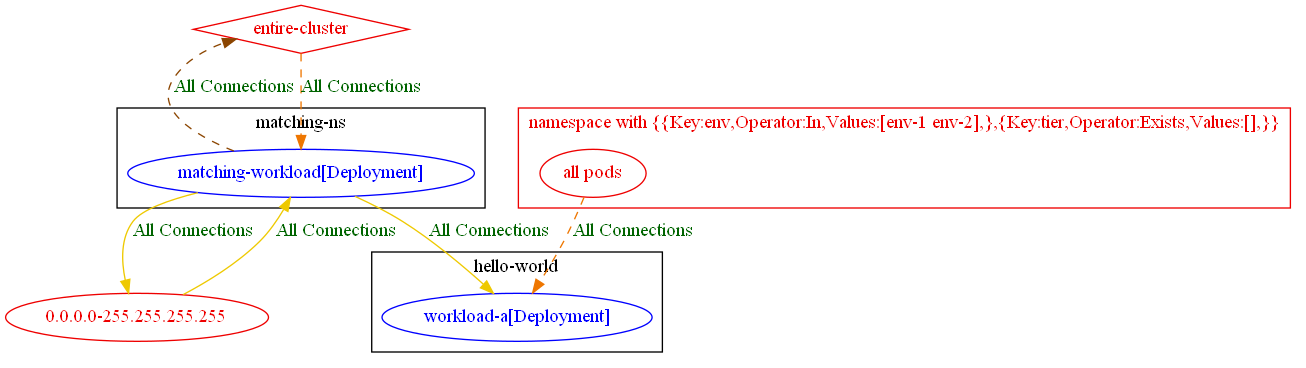
Above: test_outputs/connlist/exposure_test_with_multiple_policies_1_with_matching_pod_exposure_output.dot.png in np-guard/netpol-analyzer (Graphviz), before the change. Its source is kept beside it as test_outputs/connlist/exposure_test_with_multiple_policies_1_with_matching_pod_exposure_output.dot.
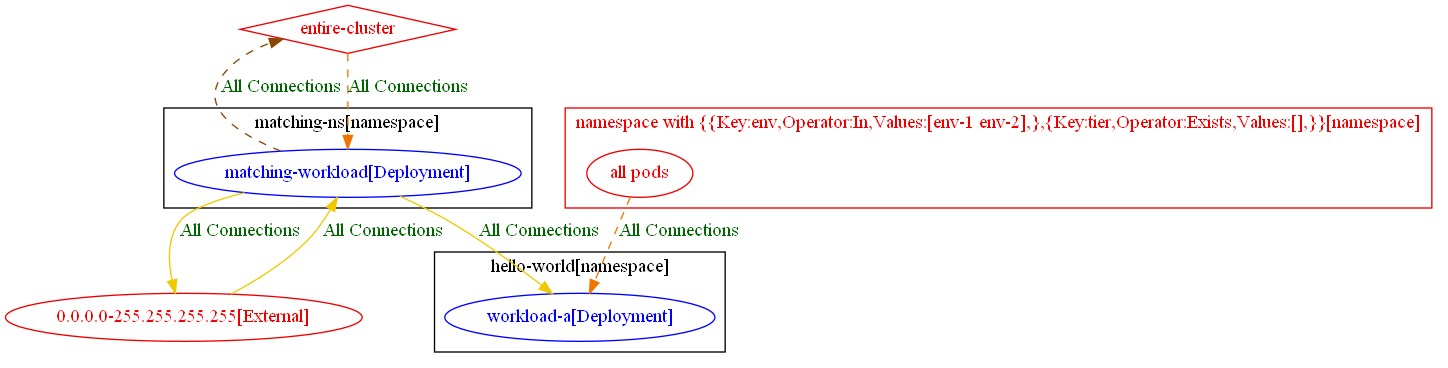
After the commit.

What changed in the source:
```diff
@@ -1,28 +1,28 @@
 digraph {
-	subgraph "cluster_hello_world" {
+	subgraph "cluster_hello_world[namespace]" {
 		color="black"
 		fontcolor="black"
 		"hello-world/workload-a[Deployment]" [label="workload-a[Deployment]" color="blue" fontcolor="blue"]
-		label="hello-world"
+		label="hello-world[namespace]"
 	}
-	subgraph "cluster_matching_ns" {
+	subgraph "cluster_matching_ns[namespace]" {
 		color="black"
 		fontcolor="black"
 		"matching-ns/matching-workload[Deployment]" [label="matching-workload[Deployment]" color="blue" fontcolor="blue"]
-		label="matching-ns"
+		label="matching-ns[namespace]"
 	}
-	subgraph "cluster_namespace with {{Key:env,Operator:In,Values:[env_1 env_2],},{Key:tier,Operator:Exists,Values:[],}}" {
+	subgraph "cluster_namespace with {{Key:env,Operator:In,Values:[env_1 env_2],},{Key:tier,Operator:Exists,Values:[],}}[namespace]" {
 		color="red2"
 		fontcolor="red2"
 		"all pods_in_namespace with {{Key:env,Operator:In,Values:[env-1 env-2],},{Key:tier,Operator:Exists,Values:[],}}" [label="all pods" color="red2" fontcolor="red2"]
-		label="namespace with {{Key:env,Operator:In,Values:[env-1 env-2],},{Key:tier,Operator:Exists,Values:[],}}"
+		label="namespace with {{Key:env,Operator:In,Values:[env-1 env-2],},{Key:tier,Operator:Exists,Values:[],}}[namespace]"
 	}
-	"0.0.0.0-255.255.255.255" [label="0.0.0.0-255.255.255.255" color="red2" fontcolor="red2"]
+	"0.0.0.0-255.255.255.255[External]" [label="0.0.0.0-255.255.255.255[External]" color="red2" fontcolor="red2"]
 	"entire-cluster" [label="entire-cluster" color="red2" fontcolor="red2" shape=diamond]
-	"0.0.0.0-255.255.255.255" -> "matching-ns/matching-workload[Deployment]" [label="All Connections" color="gold2" fontcolor="darkgreen" weight=0.5]
+	"0.0.0.0-255.255.255.255[External]" -> "matching-ns/matching-workload[Deployment]" [label="All Connections" color="gold2" fontcolor="darkgreen" weight=0.5]
 	"all pods_in_namespace with {{Key:env,Operator:In,Values:[env-1 env-2],},{Key:tier,Operator:Exists,Values:[],}}" -> "hello-world/workload-a[Deployment]" [label="All Connections" color="darkorange2" fontcolor="darkgreen" weight=1 style=dashed]
 	"entire-cluster" -> "matching-ns/matching-workload[Deployment]" [label="All Connections" color="darkorange2" fontcolor="darkgreen" weight=1 style=dashed]
-	"matching-ns/matching-workload[Deployment]" -> "0.0.0.0-255.255.255.255" [label="All Connections" color="gold2" fontcolor="darkgreen" weight=1]
+	"matching-ns/matching-workload[Deployment]" -> "0.0.0.0-255.255.255.255[External]" [label="All Connections" color="gold2" fontcolor="darkgreen" weight=1]
 	"matching-ns/matching-workload[Deployment]" -> "entire-cluster" [label="All Connections" color="darkorange4" fontcolor="darkgreen" weight=0.5 style=dashed]
 	"matching-ns/matching-workload[Deployment]" -> "hello-world/workload-a[Deployment]" [label="All Connections" color="gold2" fontcolor="darkgreen" weight=1]
 }
```
